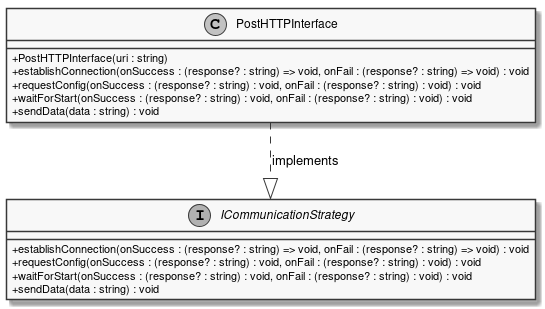
The PlantUML diagram documents/sd/resources/Classes/BrowserExtension/BackGround/PostHTTPInterface.png in insightmind/MORR, before a commit.
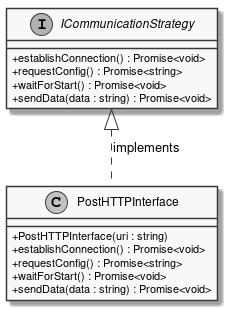
Later version of the same file.

Diff of the diagram source:
```diff
@@ -4,17 +4,17 @@
 skinparam classAttributeIconSize 0
 
 interface ICommunicationStrategy {
-    + establishConnection(onSuccess : (response? : string) => void, onFail : (response? : string) => void) : void
-    + requestConfig(onSuccess : (response? : string) : void, onFail : (response? : string) : void) : void
-    + waitForStart(onSuccess : (response? : string) : void, onFail : (response? : string) : void) : void
-    + sendData(data : string) : void
+    + establishConnection() : Promise<void>
+    + requestConfig() : Promise<string>
+    + waitForStart() : Promise<void>
+    + sendData(data : string) : Promise<void>
 }
 class PostHTTPInterface {
     + PostHTTPInterface(uri : string)
-    + establishConnection(onSuccess : (response? : string) => void, onFail : (response? : string) => void) : void
-    + requestConfig(onSuccess : (response? : string) : void, onFail : (response? : string) : void) : void
-    + waitForStart(onSuccess : (response? : string) : void, onFail : (response? : string) : void) : void
-    + sendData(data : string) : void
+    + establishConnection() : Promise<void>
+    + requestConfig() : Promise<string>
+    + waitForStart() : Promise<void>
+    + sendData(data : string) : Promise<void>
 }
-PostHTTPInterface ..|> ICommunicationStrategy : implements
+PostHTTPInterface .UP.|> ICommunicationStrategy : implements
 @enduml
```
